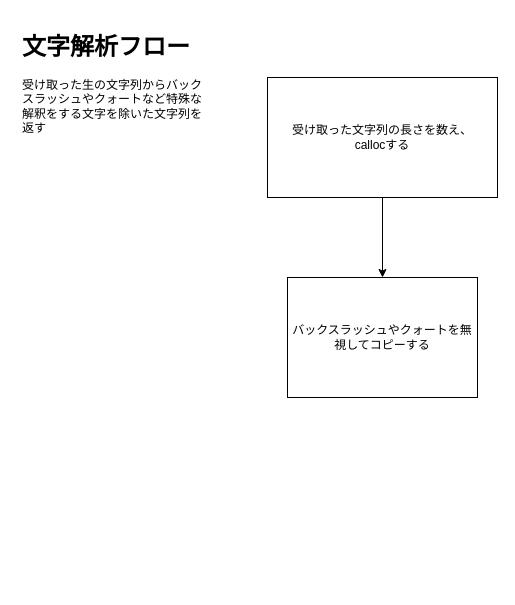
This is page "parse_str_flow" (3 of 6) of share/parseflow.drawio from sniper-fly/minishell, a draw.io file, before an edit. Source tidied: cells renumbered, new cells numbered last; positions are measured from the earlier drawing's top-left corner, leaving out a move shared by most shapes. Both pictures are drawn from the tidied source at 100%, with x=0, y=0 at pixel (17, 27).
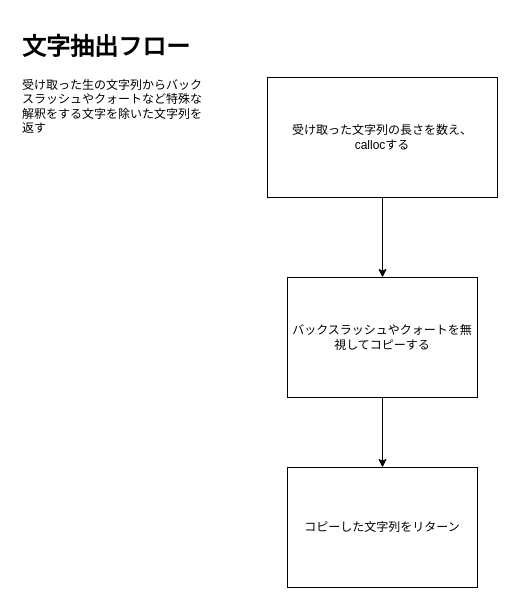
After the change.

The edit, as a diff of the source:
```diff
@@
 <mxGraphModel>
   <root>
     <mxCell id="0" />
     <mxCell id="1" parent="0" />
-    <mxCell id="2" value="&lt;h1&gt;文字解析フロー&lt;/h1&gt;&lt;div&gt;受け取った生の文字列からバックスラッシュやクォートなど特殊な解釈をする文字を除いた文字列を返す&lt;/div&gt;" style="text;html=1;strokeColor=none;fillColor=none;spacing=5;spacingTop=-20;whiteSpace=wrap;overflow=hidden;rounded=0;fontSize=12;" parent="1" vertex="1">
+    <mxCell id="2" value="&lt;h1&gt;文字抽出フロー&lt;/h1&gt;&lt;div&gt;受け取った生の文字列からバックスラッシュやクォートなど特殊な解釈をする文字を除いた文字列を返す&lt;/div&gt;" style="text;html=1;strokeColor=none;fillColor=none;spacing=5;spacingTop=-20;whiteSpace=wrap;overflow=hidden;rounded=0;fontSize=12;" parent="1" vertex="1">
       <mxGeometry width="190" height="120" as="geometry" />
     </mxCell>
     <mxCell id="3" style="edgeStyle=orthogonalEdgeStyle;rounded=0;jettySize=auto;html=1;entryX=0.5;entryY=0;entryDx=0;entryDy=0;fontSize=12;" parent="1" edge="1" source="4" target="5">
       <mxGeometry relative="1" as="geometry" />
     </mxCell>
     <mxCell id="4" value="受け取った文字列の長さを数え、&lt;br&gt;callocする" style="rounded=0;whiteSpace=wrap;html=1;fontSize=12;" parent="1" vertex="1">
       <mxGeometry x="250" y="50" width="230" height="120" as="geometry" />
     </mxCell>
+    <mxCell id="6" style="edgeStyle=orthogonalEdgeStyle;rounded=0;jettySize=auto;html=1;entryX=0.5;entryY=0;entryDx=0;entryDy=0;" parent="1" edge="1" source="5" target="7">
+      <mxGeometry relative="1" as="geometry" />
+    </mxCell>
     <mxCell id="5" value="バックスラッシュやクォートを無視してコピーする" style="rounded=0;whiteSpace=wrap;html=1;fontSize=12;" parent="1" vertex="1">
       <mxGeometry x="270" y="250" width="190" height="120" as="geometry" />
     </mxCell>
+    <mxCell id="7" value="コピーした文字列をリターン" style="rounded=0;whiteSpace=wrap;html=1;fontSize=12;" parent="1" vertex="1">
+      <mxGeometry x="270" y="440" width="190" height="120" as="geometry" />
+    </mxCell>
   </root>
 </mxGraphModel>
```
